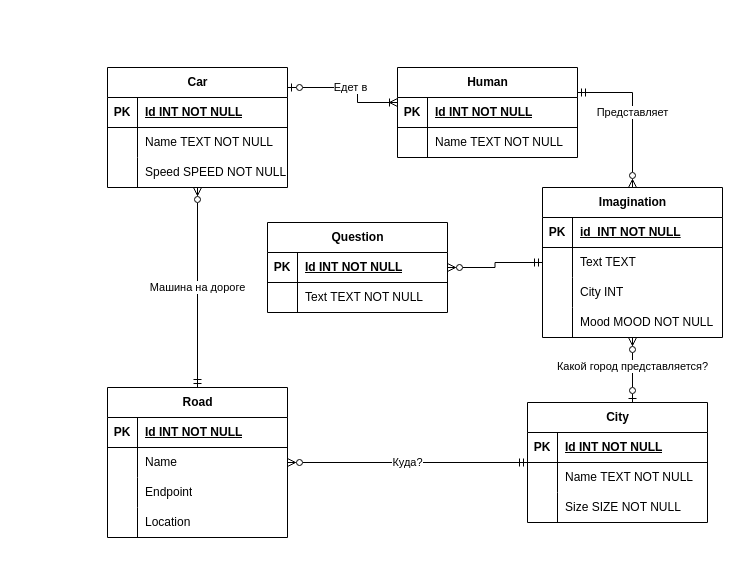
This is Datalogic.drawio from Azat2202/BD_lab3, a draw.io file, before an edit. Source tidied: cells renumbered, new cells numbered last; positions are measured from the earlier drawing's top-left corner, leaving out a move shared by most shapes. Both pictures are drawn from the tidied source at 100%, with x=0, y=0 at pixel (107, 67).
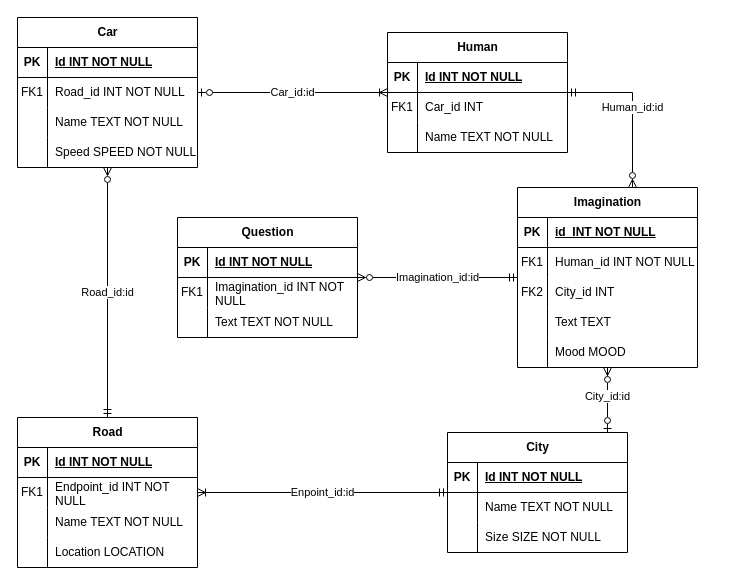
After the change.

Unchanged cells that the change refers to:
```xml
<mxCell id="48" style="shape=tableRow;horizontal=0;startSize=0;swimlaneHead=0;swimlaneBody=0;fillColor=none;top=0;left=0;right=0;bottom=0;" parent="38" vertex="1">
  <mxGeometry y="120" width="180" height="30" as="geometry" />
</mxCell>
```

Diff of the diagram source:
```diff
@@
-    <mxCell id="2" value="Куда?" style="edgeStyle=orthogonalEdgeStyle;rounded=0;jettySize=auto;html=1;startArrow=ERmandOne;startFill=0;endArrow=ERzeroToMany;endFill=0;" parent="1" edge="1" source="28" target="38">
+    <mxCell id="2" value="Enpoint_id:id" style="edgeStyle=orthogonalEdgeStyle;rounded=0;jettySize=auto;html=1;startArrow=ERmandOne;startFill=0;endArrow=ERoneToMany;endFill=0;" parent="1" edge="1" source="28" target="38">
       <mxGeometry relative="1" as="geometry" />
     </mxCell>
-    <mxCell id="3" style="edgeStyle=orthogonalEdgeStyle;rounded=0;jettySize=auto;html=1;startArrow=ERmandOne;startFill=0;endArrow=ERzeroToMany;endFill=0;" parent="1" edge="1" source="15" target="61">
+    <mxCell id="3" value="Imagination_id:id" style="edgeStyle=orthogonalEdgeStyle;rounded=0;jettySize=auto;html=1;startArrow=ERmandOne;startFill=0;endArrow=ERzeroToMany;endFill=0;" parent="1" edge="1" source="15" target="61">
       <mxGeometry relative="1" as="geometry" />
     </mxCell>
-    <mxCell id="4" value="Машина на дороге" style="edgeStyle=orthogonalEdgeStyle;rounded=0;jumpStyle=none;jettySize=auto;html=1;startArrow=ERmandOne;startFill=0;endArrow=ERzeroToMany;endFill=0;" parent="1" edge="1" source="38" target="51">
+    <mxCell id="4" value="Road_id:id" style="edgeStyle=orthogonalEdgeStyle;rounded=0;jumpStyle=none;jettySize=auto;html=1;startArrow=ERmandOne;startFill=0;endArrow=ERzeroToMany;endFill=0;" parent="1" edge="1" source="38" target="51">
       <mxGeometry relative="1" as="geometry" />
     </mxCell>
-    <mxCell id="5" value="Представляет" style="edgeStyle=orthogonalEdgeStyle;rounded=0;jumpStyle=none;jettySize=auto;html=1;startArrow=ERzeroToMany;startFill=0;endArrow=ERmandOne;endFill=0;" parent="1" edge="1" source="15" target="8">
+    <mxCell id="5" value="Human_id:id" style="edgeStyle=orthogonalEdgeStyle;rounded=0;jumpStyle=none;jettySize=auto;html=1;startArrow=ERzeroToMany;startFill=0;endArrow=ERmandOne;endFill=0;" parent="1" edge="1" source="15" target="8">
       <mxGeometry relative="1" as="geometry">
         <Array as="points">
           <mxPoint x="525" y="210" />
           <mxPoint x="525" y="25" />
         </Array>
       </mxGeometry>
     </mxCell>
-    <mxCell id="6" value="Какой город представляется?" style="edgeStyle=orthogonalEdgeStyle;rounded=0;jumpStyle=none;jettySize=auto;html=1;startArrow=ERzeroToMany;startFill=0;endArrow=ERzeroToOne;endFill=0;" parent="1" edge="1" source="15" target="28">
+    <mxCell id="6" value="City_id:id" style="edgeStyle=orthogonalEdgeStyle;rounded=0;jumpStyle=none;jettySize=auto;html=1;startArrow=ERzeroToMany;startFill=0;endArrow=ERzeroToOne;endFill=0;" parent="1" edge="1" source="15" target="28">
       <mxGeometry x="-0.1" relative="1" as="geometry">
         <Array as="points">
-          <mxPoint x="535" y="395" />
+          <mxPoint x="450" y="385" />
+          <mxPoint x="450" y="385" />
         </Array>
       </mxGeometry>
     </mxCell>
-    <mxCell id="7" value="Едет в" style="edgeStyle=orthogonalEdgeStyle;rounded=0;jumpStyle=none;jettySize=auto;html=1;startArrow=ERzeroToOne;startFill=0;endArrow=ERoneToMany;endFill=0;" parent="1" edge="1" source="51" target="8">
+    <mxCell id="7" value="Car_id:id" style="edgeStyle=orthogonalEdgeStyle;rounded=0;jumpStyle=none;jettySize=auto;html=1;startArrow=ERzeroToOne;startFill=0;endArrow=ERoneToMany;endFill=0;" parent="1" edge="1" source="51" target="8">
       <mxGeometry relative="1" as="geometry">
         <Array as="points">
-          <mxPoint x="250" y="20" />
-          <mxPoint x="250" y="35" />
+          <mxPoint x="300" y="20" />
+          <mxPoint x="300" y="20" />
         </Array>
       </mxGeometry>
     </mxCell>
     <mxCell id="8" value="Human" style="shape=table;startSize=30;childLayout=tableLayout;rowLines=0;fontStyle=1;align=center;html=1;" parent="1" vertex="1">
-      <mxGeometry x="290" width="180" height="90" as="geometry" />
+      <mxGeometry x="280" y="-35" width="180" height="120" as="geometry" />
     </mxCell>
@@
+    <mxCell id="68" style="shape=tableRow;horizontal=0;startSize=0;swimlaneHead=0;swimlaneBody=0;fillColor=none;top=0;left=0;right=0;bottom=0;" parent="8" vertex="1">
+      <mxGeometry y="60" width="180" height="30" as="geometry" />
+    </mxCell>
+    <mxCell id="69" value="FK1" style="shape=partialRectangle;fillColor=none;top=0;left=0;bottom=0;right=0;overflow=hidden;whiteSpace=wrap;html=1;" parent="68" vertex="1">
+      <mxGeometry width="30" height="30" as="geometry" />
+    </mxCell>
+    <mxCell id="70" value="Car_id INT" style="shape=partialRectangle;fillColor=none;top=0;left=0;bottom=0;right=0;align=left;spacingLeft=6;overflow=hidden;whiteSpace=wrap;html=1;" parent="68" vertex="1">
+      <mxGeometry x="30" width="150" height="30" as="geometry" />
+    </mxCell>
     <mxCell id="12" style="shape=tableRow;horizontal=0;startSize=0;swimlaneHead=0;swimlaneBody=0;fillColor=none;top=0;left=0;right=0;bottom=0;" parent="8" vertex="1">
-      <mxGeometry y="60" width="180" height="30" as="geometry" />
+      <mxGeometry y="90" width="180" height="30" as="geometry" />
     </mxCell>
@@
     <mxCell id="15" value="Imagination" style="shape=table;startSize=30;childLayout=tableLayout;rowLines=0;fontStyle=1;align=center;html=1;" parent="1" vertex="1">
-      <mxGeometry x="435" y="120" width="180" height="150" as="geometry" />
+      <mxGeometry x="410" y="120" width="180" height="180" as="geometry" />
     </mxCell>
@@
+    <mxCell id="71" style="shape=tableRow;horizontal=0;startSize=0;swimlaneHead=0;swimlaneBody=0;fillColor=none;top=0;left=0;right=0;bottom=0;" parent="15" vertex="1">
+      <mxGeometry y="60" width="180" height="30" as="geometry" />
+    </mxCell>
+    <mxCell id="72" value="FK1" style="shape=partialRectangle;fillColor=none;top=0;left=0;bottom=0;right=0;overflow=hidden;whiteSpace=wrap;html=1;" parent="71" vertex="1">
+      <mxGeometry width="30" height="30" as="geometry" />
+    </mxCell>
+    <mxCell id="73" value="Human_id INT NOT NULL" style="shape=partialRectangle;fillColor=none;top=0;left=0;bottom=0;right=0;align=left;spacingLeft=6;overflow=hidden;whiteSpace=wrap;html=1;" parent="71" vertex="1">
+      <mxGeometry x="30" width="150" height="30" as="geometry" />
+    </mxCell>
+    <mxCell id="22" style="shape=tableRow;horizontal=0;startSize=0;swimlaneHead=0;swimlaneBody=0;fillColor=none;top=0;left=0;right=0;bottom=0;" parent="15" vertex="1">
+      <mxGeometry y="90" width="180" height="30" as="geometry" />
+    </mxCell>
+    <mxCell id="23" value="FK2" style="shape=partialRectangle;fillColor=none;top=0;left=0;bottom=0;right=0;overflow=hidden;whiteSpace=wrap;html=1;" parent="22" vertex="1">
+      <mxGeometry width="30" height="30" as="geometry" />
+    </mxCell>
+    <mxCell id="24" value="City_id INT" style="shape=partialRectangle;fillColor=none;top=0;left=0;bottom=0;right=0;align=left;spacingLeft=6;overflow=hidden;whiteSpace=wrap;html=1;" parent="22" vertex="1">
+      <mxGeometry x="30" width="150" height="30" as="geometry" />
+    </mxCell>
     <mxCell id="19" style="shape=tableRow;horizontal=0;startSize=0;swimlaneHead=0;swimlaneBody=0;fillColor=none;top=0;left=0;right=0;bottom=0;" parent="15" vertex="1">
-      <mxGeometry y="60" width="180" height="30" as="geometry" />
+      <mxGeometry y="120" width="180" height="30" as="geometry" />
     </mxCell>
@@
-    <mxCell id="22" style="shape=tableRow;horizontal=0;startSize=0;swimlaneHead=0;swimlaneBody=0;fillColor=none;top=0;left=0;right=0;bottom=0;" parent="15" vertex="1">
-      <mxGeometry y="90" width="180" height="30" as="geometry" />
-    </mxCell>
-    <mxCell id="23" style="shape=partialRectangle;fillColor=none;top=0;left=0;bottom=0;right=0;overflow=hidden;whiteSpace=wrap;html=1;" parent="22" vertex="1">
-      <mxGeometry width="30" height="30" as="geometry" />
-    </mxCell>
-    <mxCell id="24" value="City INT" style="shape=partialRectangle;fillColor=none;top=0;left=0;bottom=0;right=0;align=left;spacingLeft=6;overflow=hidden;whiteSpace=wrap;html=1;" parent="22" vertex="1">
-      <mxGeometry x="30" width="150" height="30" as="geometry" />
-    </mxCell>
     <mxCell id="25" style="shape=tableRow;horizontal=0;startSize=0;swimlaneHead=0;swimlaneBody=0;fillColor=none;top=0;left=0;right=0;bottom=0;" parent="15" vertex="1">
-      <mxGeometry y="120" width="180" height="30" as="geometry" />
+      <mxGeometry y="150" width="180" height="30" as="geometry" />
     </mxCell>
@@
-    <mxCell id="27" value="Mood MOOD NOT NULL" style="shape=partialRectangle;fillColor=none;top=0;left=0;bottom=0;right=0;align=left;spacingLeft=6;overflow=hidden;whiteSpace=wrap;html=1;" parent="25" vertex="1">
+    <mxCell id="27" value="Mood MOOD" style="shape=partialRectangle;fillColor=none;top=0;left=0;bottom=0;right=0;align=left;spacingLeft=6;overflow=hidden;whiteSpace=wrap;html=1;" parent="25" vertex="1">
       <mxGeometry x="30" width="150" height="30" as="geometry" />
     </mxCell>
     <mxCell id="28" value="City" style="shape=table;startSize=30;childLayout=tableLayout;rowLines=0;fontStyle=1;align=center;html=1;" parent="1" vertex="1">
-      <mxGeometry x="420" y="335" width="180" height="120" as="geometry" />
+      <mxGeometry x="340" y="365" width="180" height="120" as="geometry" />
     </mxCell>
@@
     <mxCell id="38" value="Road" style="shape=table;startSize=30;childLayout=tableLayout;rowLines=0;fontStyle=1;align=center;html=1;" parent="1" vertex="1">
-      <mxGeometry y="320" width="180" height="150" as="geometry" />
+      <mxGeometry x="-90" y="350" width="180" height="150" as="geometry" />
     </mxCell>
@@
+    <mxCell id="45" style="shape=tableRow;horizontal=0;startSize=0;swimlaneHead=0;swimlaneBody=0;fillColor=none;top=0;left=0;right=0;bottom=0;" parent="38" vertex="1">
+      <mxGeometry y="60" width="180" height="30" as="geometry" />
+    </mxCell>
+    <mxCell id="46" value="FK1" style="shape=partialRectangle;fillColor=none;top=0;left=0;bottom=0;right=0;overflow=hidden;whiteSpace=wrap;html=1;" parent="45" vertex="1">
+      <mxGeometry width="30" height="30" as="geometry" />
+    </mxCell>
+    <mxCell id="47" value="Endpoint_id INT NOT NULL" style="shape=partialRectangle;fillColor=none;top=0;left=0;bottom=0;right=0;align=left;spacingLeft=6;overflow=hidden;whiteSpace=wrap;html=1;" parent="45" vertex="1">
+      <mxGeometry x="30" width="150" height="30" as="geometry" />
+    </mxCell>
     <mxCell id="42" style="shape=tableRow;horizontal=0;startSize=0;swimlaneHead=0;swimlaneBody=0;fillColor=none;top=0;left=0;right=0;bottom=0;" parent="38" vertex="1">
-      <mxGeometry y="60" width="180" height="30" as="geometry" />
+      <mxGeometry y="90" width="180" height="30" as="geometry" />
     </mxCell>
@@
-    <mxCell id="44" value="Name" style="shape=partialRectangle;fillColor=none;top=0;left=0;bottom=0;right=0;align=left;spacingLeft=6;overflow=hidden;whiteSpace=wrap;html=1;" parent="42" vertex="1">
+    <mxCell id="44" value="Name TEXT NOT NULL" style="shape=partialRectangle;fillColor=none;top=0;left=0;bottom=0;right=0;align=left;spacingLeft=6;overflow=hidden;whiteSpace=wrap;html=1;" parent="42" vertex="1">
       <mxGeometry x="30" width="150" height="30" as="geometry" />
     </mxCell>
-    <mxCell id="45" style="shape=tableRow;horizontal=0;startSize=0;swimlaneHead=0;swimlaneBody=0;fillColor=none;top=0;left=0;right=0;bottom=0;" parent="38" vertex="1">
-      <mxGeometry y="90" width="180" height="30" as="geometry" />
-    </mxCell>
-    <mxCell id="46" style="shape=partialRectangle;fillColor=none;top=0;left=0;bottom=0;right=0;overflow=hidden;whiteSpace=wrap;html=1;" parent="45" vertex="1">
-      <mxGeometry width="30" height="30" as="geometry" />
-    </mxCell>
-    <mxCell id="47" value="Endpoint" style="shape=partialRectangle;fillColor=none;top=0;left=0;bottom=0;right=0;align=left;spacingLeft=6;overflow=hidden;whiteSpace=wrap;html=1;" parent="45" vertex="1">
-      <mxGeometry x="30" width="150" height="30" as="geometry" />
-    </mxCell>
@@
-    <mxCell id="50" value="Location" style="shape=partialRectangle;fillColor=none;top=0;left=0;bottom=0;right=0;align=left;spacingLeft=6;overflow=hidden;whiteSpace=wrap;html=1;" parent="48" vertex="1">
+    <mxCell id="50" value="Location LOCATION&amp;nbsp;" style="shape=partialRectangle;fillColor=none;top=0;left=0;bottom=0;right=0;align=left;spacingLeft=6;overflow=hidden;whiteSpace=wrap;html=1;" parent="48" vertex="1">
       <mxGeometry x="30" width="150" height="30" as="geometry" />
     </mxCell>
     <mxCell id="51" value="Car" style="shape=table;startSize=30;childLayout=tableLayout;rowLines=0;fontStyle=1;align=center;html=1;" parent="1" vertex="1">
-      <mxGeometry width="180" height="120" as="geometry" />
+      <mxGeometry x="-90" y="-50" width="180" height="150" as="geometry" />
     </mxCell>
@@
+    <mxCell id="74" style="shape=tableRow;horizontal=0;startSize=0;swimlaneHead=0;swimlaneBody=0;fillColor=none;top=0;left=0;right=0;bottom=0;" parent="51" vertex="1">
+      <mxGeometry y="60" width="180" height="30" as="geometry" />
+    </mxCell>
+    <mxCell id="75" value="FK1" style="shape=partialRectangle;fillColor=none;top=0;left=0;bottom=0;right=0;overflow=hidden;whiteSpace=wrap;html=1;" parent="74" vertex="1">
+      <mxGeometry width="30" height="30" as="geometry" />
+    </mxCell>
+    <mxCell id="76" value="Road_id INT NOT NULL" style="shape=partialRectangle;fillColor=none;top=0;left=0;bottom=0;right=0;align=left;spacingLeft=6;overflow=hidden;whiteSpace=wrap;html=1;" parent="74" vertex="1">
+      <mxGeometry x="30" width="150" height="30" as="geometry" />
+    </mxCell>
     <mxCell id="55" style="shape=tableRow;horizontal=0;startSize=0;swimlaneHead=0;swimlaneBody=0;fillColor=none;top=0;left=0;right=0;bottom=0;" parent="51" vertex="1">
-      <mxGeometry y="60" width="180" height="30" as="geometry" />
+      <mxGeometry y="90" width="180" height="30" as="geometry" />
     </mxCell>
@@
     <mxCell id="58" style="shape=tableRow;horizontal=0;startSize=0;swimlaneHead=0;swimlaneBody=0;fillColor=none;top=0;left=0;right=0;bottom=0;" parent="51" vertex="1">
-      <mxGeometry y="90" width="180" height="30" as="geometry" />
+      <mxGeometry y="120" width="180" height="30" as="geometry" />
     </mxCell>
@@
     <mxCell id="61" value="Question&lt;br&gt;" style="shape=table;startSize=30;childLayout=tableLayout;rowLines=0;fontStyle=1;align=center;html=1;" parent="1" vertex="1">
-      <mxGeometry x="160" y="155" width="180" height="90" as="geometry" />
+      <mxGeometry x="70" y="150" width="180" height="120" as="geometry" />
     </mxCell>
@@
+    <mxCell id="77" style="shape=tableRow;horizontal=0;startSize=0;swimlaneHead=0;swimlaneBody=0;fillColor=none;top=0;left=0;right=0;bottom=0;" parent="61" vertex="1">
+      <mxGeometry y="60" width="180" height="30" as="geometry" />
+    </mxCell>
+    <mxCell id="78" value="FK1" style="shape=partialRectangle;fillColor=none;top=0;left=0;bottom=0;right=0;overflow=hidden;whiteSpace=wrap;html=1;" parent="77" vertex="1">
+      <mxGeometry width="30" height="30" as="geometry" />
+    </mxCell>
+    <mxCell id="79" value="Imagination_id INT NOT NULL" style="shape=partialRectangle;fillColor=none;top=0;left=0;bottom=0;right=0;align=left;spacingLeft=6;overflow=hidden;whiteSpace=wrap;html=1;" parent="77" vertex="1">
+      <mxGeometry x="30" width="150" height="30" as="geometry" />
+    </mxCell>
     <mxCell id="65" style="shape=tableRow;horizontal=0;startSize=0;swimlaneHead=0;swimlaneBody=0;fillColor=none;top=0;left=0;right=0;bottom=0;" parent="61" vertex="1">
-      <mxGeometry y="60" width="180" height="30" as="geometry" />
+      <mxGeometry y="90" width="180" height="30" as="geometry" />
     </mxCell>
```
